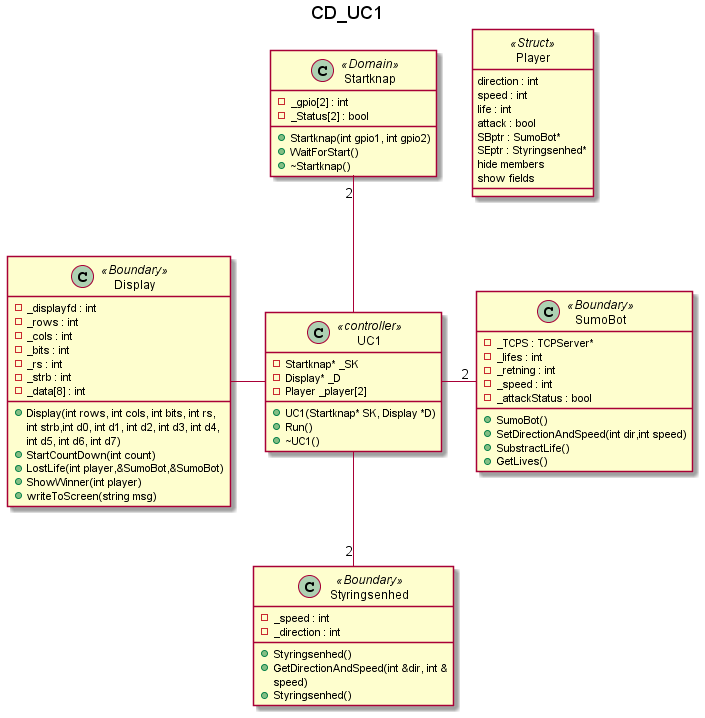
Solvgraa-mager/E3PRJ3 keeps this PlantUML diagram as Diagrammer/CentralComputer/ClassDiagram/ClassDiagram/CD_UC1.png. Above is the earlier version.
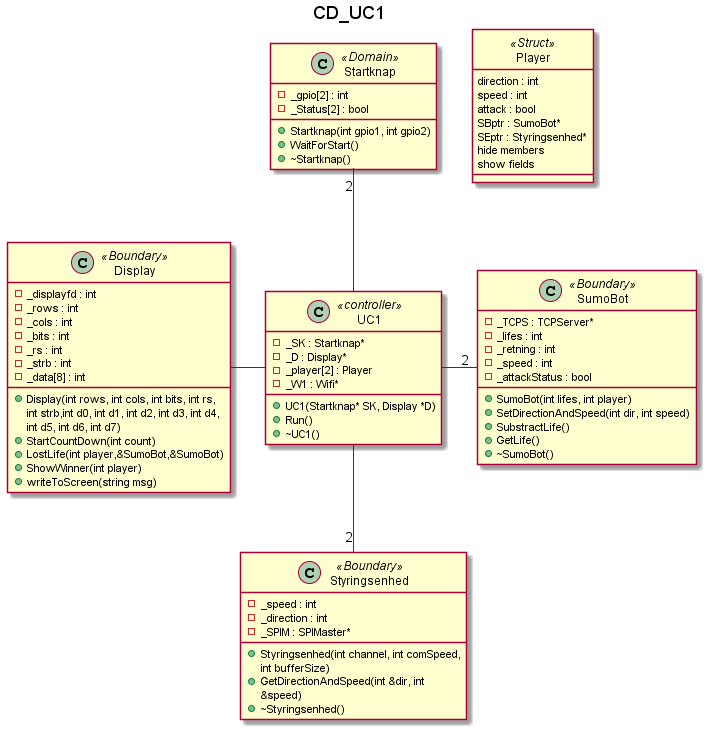
After the commit.

The edit, as a diff of the source:
```diff
@@ -7,9 +7,10 @@
     +UC1(Startknap* SK, Display *D)
     +Run()
     +~UC1()
-    -Startknap* _SK
-    -Display* _D
-    -Player _player[2]
+    - _SK : Startknap*
+    - _D : Display*
+    - _player[2] : Player
+    - _W1 : Wifi*
 }
 
 class Startknap <<Domain>>{
@@ -43,23 +44,24 @@
     -_speed : int
     -_attackStatus : bool
 
-    +SumoBot()
-    +SetDirectionAndSpeed(int dir,int speed)
+    +SumoBot(int lifes, int player)
+    +SetDirectionAndSpeed(int dir, int speed)
     +SubstractLife()
-    +GetLives()
+    +GetLife()
+    +~SumoBot()
 }
 class Styringsenhed <<Boundary>>{
-   - _speed : int
+    -_speed : int
     -_direction : int
-    +Styringsenhed()
+    -_SPIM : SPIMaster*
+    +Styringsenhed(int channel, int comSpeed, int bufferSize)
     +GetDirectionAndSpeed(int &dir, int &speed)
-    +Styringsenhed()
+    +~Styringsenhed()
 }
 
 class Player <<Struct>> {
 direction : int
 speed : int
-life : int
 attack : bool
 SBptr : SumoBot*
 SEptr : Styringsenhed*
```
